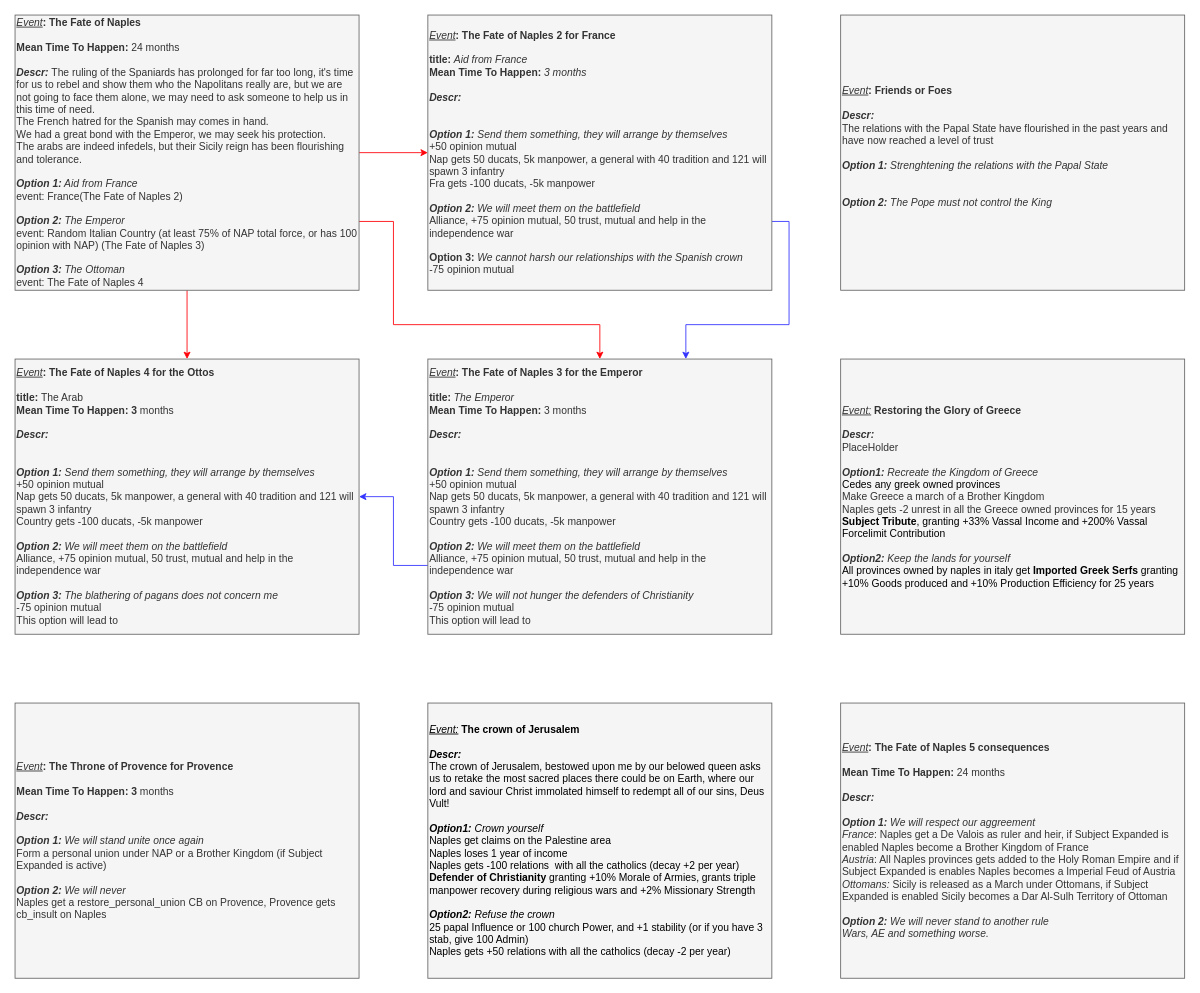
The draw.io diagram page "Events" (2 of 2) of Naples/It's Pizza Time 0.95.drawio in Melvasul/Missions-Expanded, before the edit. Source tidied: cells renumbered, new cells numbered last; positions are measured from the earlier drawing's top-left corner, leaving out a move shared by most shapes. Both pictures are drawn from the tidied source at 86%, with x=0, y=0 at pixel (15, 15).
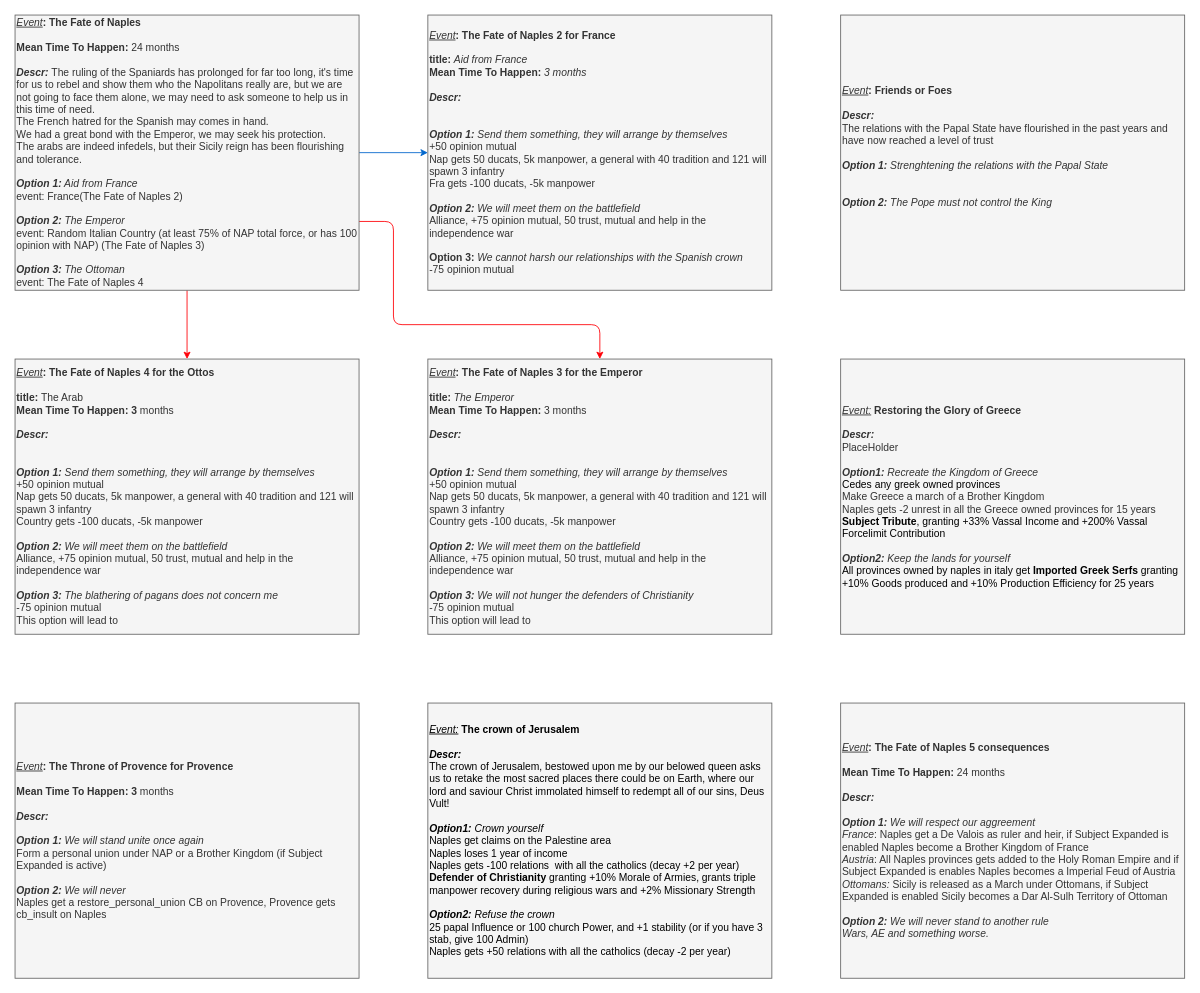
The same page after the edit.

Change to the diagram source:
```diff
@@
 <mxGraphModel>
   <root>
     <mxCell id="0" />
     <mxCell id="1" parent="0" />
     <mxCell id="2" value="&lt;div style=&quot;font-size: 12px&quot;&gt;&lt;font color=&quot;#000000&quot;&gt;&lt;u style=&quot;font-style: italic&quot;&gt;Event:&lt;/u&gt;&amp;nbsp;&lt;b&gt;The crown of Jerusalem&lt;/b&gt;&lt;/font&gt;&lt;/div&gt;&lt;div style=&quot;font-size: 12px&quot;&gt;&lt;b&gt;&lt;font color=&quot;#000000&quot;&gt;&lt;br&gt;&lt;/font&gt;&lt;/b&gt;&lt;/div&gt;&lt;div style=&quot;font-size: 12px&quot;&gt;&lt;font style=&quot;font-size: 12px&quot; color=&quot;#000000&quot;&gt;&lt;div style=&quot;font-size: 12px&quot;&gt;&lt;b style=&quot;font-size: 12px&quot;&gt;&lt;i style=&quot;font-size: 12px&quot;&gt;Descr:&lt;/i&gt;&lt;/b&gt;&lt;/div&gt;&lt;div style=&quot;font-size: 12px&quot;&gt;The crown of Jerusalem, bestowed upon me by our belowed queen asks us to retake the most sacred places there could be on Earth, where our lord and saviour Christ immolated himself to redempt all of our sins, Deus Vult!&lt;/div&gt;&lt;div style=&quot;font-size: 12px&quot;&gt;&lt;br&gt;&lt;/div&gt;&lt;/font&gt;&lt;/div&gt;&lt;div style=&quot;font-size: 12px&quot;&gt;&lt;font style=&quot;font-size: 12px&quot; color=&quot;#000000&quot;&gt;&lt;span style=&quot;font-size: 12px&quot;&gt;&lt;i style=&quot;font-size: 12px&quot;&gt;&lt;b&gt;Option1:&lt;/b&gt; Crown yourself&lt;/i&gt;&lt;/span&gt;&lt;br style=&quot;font-size: 12px&quot;&gt;&lt;/font&gt;&lt;/div&gt;&lt;div style=&quot;font-size: 12px&quot;&gt;&lt;font color=&quot;#000000&quot;&gt;Naples get claims on the Palestine area&lt;/font&gt;&lt;/div&gt;&lt;div style=&quot;font-size: 12px&quot;&gt;&lt;font color=&quot;#000000&quot;&gt;Naples loses 1 year of income&lt;/font&gt;&lt;/div&gt;&lt;div&gt;&lt;font color=&quot;#000000&quot;&gt;Naples gets -100 relations&amp;nbsp;&amp;nbsp;with all the catholics (decay +2 per year)&lt;br&gt;&lt;b style=&quot;font-size: 12px&quot;&gt;Defender of Christianity&lt;/b&gt;&amp;nbsp;granting +10% Morale of Armies, grants triple manpower recovery during religious wars and +2% Missionary Strength&lt;/font&gt;&lt;/div&gt;&lt;div style=&quot;font-size: 12px&quot;&gt;&lt;font style=&quot;font-size: 12px&quot; color=&quot;#000000&quot;&gt;&lt;br style=&quot;font-size: 12px&quot;&gt;&lt;/font&gt;&lt;/div&gt;&lt;div style=&quot;font-size: 12px&quot;&gt;&lt;font style=&quot;font-size: 12px&quot; color=&quot;#000000&quot;&gt;&lt;span style=&quot;font-size: 12px&quot;&gt;&lt;i style=&quot;font-size: 12px&quot;&gt;&lt;b&gt;Option2:&lt;/b&gt;&amp;nbsp;Refuse the crown&lt;/i&gt;&lt;/span&gt;&lt;/font&gt;&lt;/div&gt;&lt;div style=&quot;font-size: 12px&quot;&gt;&lt;font color=&quot;#000000&quot;&gt;25 papal Influence or 100 church Power, and +1 stability (or if you have 3 stab, give 100 Admin)&lt;/font&gt;&lt;/div&gt;&lt;div style=&quot;font-size: 12px&quot;&gt;&lt;font color=&quot;#000000&quot;&gt;Naples gets +50 relations with all the catholics (decay -2 per year)&lt;/font&gt;&lt;/div&gt;" style="rounded=0;whiteSpace=wrap;html=1;align=left;fontSize=12;fillColor=#f5f5f5;strokeColor=#666666;fontColor=#333333;" parent="1" vertex="1">
       <mxGeometry x="480" y="800" width="400" height="320" as="geometry" />
     </mxCell>
     <mxCell id="3" value="&lt;div style=&quot;font-size: 12px&quot;&gt;&lt;i&gt;&lt;u&gt;Event&lt;/u&gt;&lt;/i&gt;&lt;b&gt;: Friends or Foes&lt;/b&gt;&lt;/div&gt;&lt;div style=&quot;font-size: 12px&quot;&gt;&lt;b&gt;&lt;br&gt;&lt;/b&gt;&lt;/div&gt;&lt;div&gt;&lt;font&gt;&lt;div style=&quot;font-size: 12px&quot;&gt;&lt;b style=&quot;font-size: 12px&quot;&gt;&lt;i style=&quot;font-size: 12px&quot;&gt;Descr:&lt;/i&gt;&lt;/b&gt;&lt;/div&gt;&lt;div&gt;The relations with the Papal State have flourished in the past years and have now reached a level of trust&lt;/div&gt;&lt;/font&gt;&lt;/div&gt;&lt;div&gt;&lt;br&gt;&lt;/div&gt;&lt;div style=&quot;font-size: 12px&quot;&gt;&lt;/div&gt;&lt;font&gt;&lt;b style=&quot;font-size: 12px ; font-style: italic&quot;&gt;Option 1: &lt;/b&gt;&lt;span style=&quot;font-size: 12px ; font-style: italic&quot;&gt;Strenghtening the relations with the Papal State&lt;/span&gt;&lt;br&gt;&lt;br&gt;&lt;br&gt;&lt;span style=&quot;font-size: 12px&quot;&gt;&lt;i&gt;&lt;b&gt;Option 2: &lt;/b&gt;The Pope must not control the King&lt;/i&gt;&lt;/span&gt;&lt;b&gt;&lt;br&gt;&lt;/b&gt;&lt;br&gt;&lt;/font&gt;" style="rounded=0;whiteSpace=wrap;html=1;align=left;fontSize=12;fillColor=#f5f5f5;strokeColor=#666666;fontColor=#333333;" parent="1" vertex="1">
       <mxGeometry x="960" width="400" height="320" as="geometry" />
     </mxCell>
-    <mxCell id="4" style="edgeStyle=orthogonalEdgeStyle;rounded=0;jettySize=auto;html=1;strokeColor=#FF0008;" parent="1" edge="1" source="7" target="11">
+    <mxCell id="4" style="edgeStyle=orthogonalEdgeStyle;rounded=1;jettySize=auto;html=1;strokeColor=#0066CC;" parent="1" edge="1" source="7" target="11">
       <mxGeometry relative="1" as="geometry" />
     </mxCell>
-    <mxCell id="5" style="edgeStyle=orthogonalEdgeStyle;rounded=0;jettySize=auto;html=1;strokeColor=#FF0008;" parent="1" edge="1" source="7" target="8">
+    <mxCell id="5" style="edgeStyle=orthogonalEdgeStyle;rounded=1;jettySize=auto;html=1;strokeColor=#FF0008;" parent="1" edge="1" source="7" target="8">
       <mxGeometry relative="1" as="geometry" />
     </mxCell>
-    <mxCell id="6" style="edgeStyle=orthogonalEdgeStyle;rounded=0;jettySize=auto;html=1;exitX=1;exitY=0.75;exitDx=0;exitDy=0;strokeColor=#FF0008;" parent="1" edge="1" source="7" target="13">
+    <mxCell id="6" style="edgeStyle=orthogonalEdgeStyle;rounded=1;jettySize=auto;html=1;exitX=1;exitY=0.75;exitDx=0;exitDy=0;strokeColor=#FF0008;" parent="1" edge="1" source="7" target="13">
       <mxGeometry relative="1" as="geometry">
         <Array as="points">
           <mxPoint x="440" y="240" />
           <mxPoint x="440" y="360" />
           <mxPoint x="680" y="360" />
         </Array>
       </mxGeometry>
     </mxCell>
     <mxCell id="7" value="&lt;div style=&quot;font-size: 12px&quot;&gt;&lt;i&gt;&lt;u&gt;Event&lt;/u&gt;&lt;/i&gt;&lt;b&gt;: The Fate of Naples&lt;/b&gt;&lt;/div&gt;&lt;div style=&quot;font-size: 12px&quot;&gt;&lt;b&gt;&lt;br&gt;&lt;/b&gt;&lt;/div&gt;&lt;div style=&quot;font-size: 12px&quot;&gt;&lt;b&gt;Mean Time To Happen: &lt;/b&gt;24 months&lt;/div&gt;&lt;div style=&quot;font-size: 12px&quot;&gt;&lt;b&gt;&lt;br&gt;&lt;/b&gt;&lt;/div&gt;&lt;div&gt;&lt;font&gt;&lt;div style=&quot;font-size: 12px&quot;&gt;&lt;b style=&quot;font-size: 12px&quot;&gt;&lt;i style=&quot;font-size: 12px&quot;&gt;Descr:&amp;nbsp;&lt;/i&gt;&lt;/b&gt;&lt;span&gt;The ruling of the Spaniards has prolonged for far too long, it's time for us to rebel and show them who the Napolitans really are, but we are not going to face them alone, we may need to ask someone to help us in this time of need.&lt;/span&gt;&lt;/div&gt;&lt;div&gt;The French hatred for the Spanish may comes in hand.&lt;/div&gt;&lt;div&gt;We had a great bond with the Emperor, we may seek his protection.&lt;/div&gt;&lt;div&gt;The arabs are indeed infedels, but their Sicily reign has been flourishing and tolerance.&lt;/div&gt;&lt;/font&gt;&lt;/div&gt;&lt;div&gt;&lt;br&gt;&lt;/div&gt;&lt;div style=&quot;font-size: 12px&quot;&gt;&lt;/div&gt;&lt;font&gt;&lt;b style=&quot;font-size: 12px ; font-style: italic&quot;&gt;Option 1:&lt;/b&gt;&lt;span style=&quot;font-size: 12px ; font-style: italic&quot;&gt; &lt;/span&gt;&lt;span style=&quot;font-size: 12px ; font-style: italic&quot;&gt;Aid from France&lt;/span&gt;&lt;br&gt;event: France(The Fate of Naples 2)&lt;br&gt;&lt;br&gt;&lt;span style=&quot;font-size: 12px&quot;&gt;&lt;i&gt;&lt;b&gt;Option 2:&lt;/b&gt; The Emperor&lt;/i&gt;&lt;/span&gt;&lt;br&gt;&lt;div&gt;event: Random Italian Country (at least 75% of NAP total force, or has 100 opinion with NAP) (The Fate of Naples 3)&lt;br&gt;&lt;/div&gt;&lt;div&gt;&lt;br&gt;&lt;/div&gt;&lt;div&gt;&lt;i style=&quot;font-weight: bold&quot;&gt;Option 3: &lt;/i&gt;&lt;i&gt;The Ottoman&lt;/i&gt;&lt;/div&gt;&lt;div&gt;event: The Fate of Naples 4&lt;i&gt;&lt;br&gt;&lt;/i&gt;&lt;/div&gt;&lt;/font&gt;" style="rounded=0;whiteSpace=wrap;html=1;align=left;fontSize=12;fillColor=#f5f5f5;strokeColor=#666666;fontColor=#333333;" parent="1" vertex="1">
       <mxGeometry width="400" height="320" as="geometry" />
     </mxCell>
     <mxCell id="8" value="&lt;div style=&quot;font-size: 12px&quot;&gt;&lt;i&gt;&lt;u&gt;Event&lt;/u&gt;&lt;/i&gt;&lt;b&gt;: The Fate of Naples 4 for the Ottos&lt;/b&gt;&lt;/div&gt;&lt;div style=&quot;font-size: 12px&quot;&gt;&lt;b&gt;&lt;br&gt;&lt;/b&gt;&lt;/div&gt;&lt;div style=&quot;font-size: 12px&quot;&gt;&lt;b&gt;title: &lt;/b&gt;The Arab&lt;/div&gt;&lt;div style=&quot;font-size: 12px&quot;&gt;&lt;b&gt;Mean Time To Happen: 3&amp;nbsp;&lt;/b&gt;months&lt;/div&gt;&lt;div style=&quot;font-size: 12px&quot;&gt;&lt;b&gt;&lt;br&gt;&lt;/b&gt;&lt;/div&gt;&lt;div&gt;&lt;font&gt;&lt;div style=&quot;font-size: 12px&quot;&gt;&lt;b style=&quot;font-size: 12px&quot;&gt;&lt;i style=&quot;font-size: 12px&quot;&gt;Descr:&lt;/i&gt;&lt;/b&gt;&lt;/div&gt;&lt;div&gt;&lt;br&gt;&lt;/div&gt;&lt;/font&gt;&lt;/div&gt;&lt;div&gt;&lt;br&gt;&lt;/div&gt;&lt;div style=&quot;font-size: 12px&quot;&gt;&lt;/div&gt;&lt;font&gt;&lt;b style=&quot;font-style: italic&quot;&gt;Option 1:&lt;/b&gt;&lt;span style=&quot;font-style: italic&quot;&gt;&amp;nbsp;Send them something, they will arrange by themselves&lt;br&gt;&lt;/span&gt;+50 opinion mutual&lt;br&gt;Nap gets 50 ducats, 5k manpower, a general with 40 tradition and 121 will spawn 3 infantry&lt;br&gt;Country gets -100 ducats, -5k manpower&lt;br&gt;&lt;br&gt;&lt;i&gt;&lt;b&gt;Option 2:&lt;/b&gt;&amp;nbsp;We will meet them on the battlefield&lt;br&gt;&lt;/i&gt;Alliance, +75 opinion mutual, 50 trust, mutual and help in the independence war&lt;br&gt;&lt;br&gt;&lt;i&gt;&lt;b&gt;Option 3:&lt;/b&gt;&amp;nbsp;The blathering of pagans does not concern me&lt;br&gt;&lt;/i&gt;-75 opinion mutual&lt;br&gt;This option will lead to&lt;br&gt;&lt;/font&gt;" style="rounded=0;whiteSpace=wrap;html=1;align=left;fontSize=12;fillColor=#f5f5f5;strokeColor=#666666;fontColor=#333333;" parent="1" vertex="1">
       <mxGeometry y="400" width="400" height="320" as="geometry" />
     </mxCell>
     <mxCell id="9" value="&lt;div style=&quot;font-size: 12px&quot;&gt;&lt;i&gt;&lt;u&gt;Event&lt;/u&gt;&lt;/i&gt;&lt;b&gt;: The Throne of Provence for Provence&lt;/b&gt;&lt;/div&gt;&lt;div style=&quot;font-size: 12px&quot;&gt;&lt;b&gt;&lt;br&gt;&lt;/b&gt;&lt;/div&gt;&lt;div style=&quot;font-size: 12px&quot;&gt;&lt;b&gt;Mean Time To Happen: 3&amp;nbsp;&lt;/b&gt;months&lt;/div&gt;&lt;div style=&quot;font-size: 12px&quot;&gt;&lt;b&gt;&lt;br&gt;&lt;/b&gt;&lt;/div&gt;&lt;div&gt;&lt;font&gt;&lt;div style=&quot;font-size: 12px&quot;&gt;&lt;b style=&quot;font-size: 12px&quot;&gt;&lt;i style=&quot;font-size: 12px&quot;&gt;Descr:&lt;/i&gt;&lt;/b&gt;&lt;/div&gt;&lt;div&gt;&lt;br&gt;&lt;/div&gt;&lt;/font&gt;&lt;/div&gt;&lt;div style=&quot;font-size: 12px&quot;&gt;&lt;/div&gt;&lt;font&gt;&lt;b style=&quot;font-size: 12px ; font-style: italic&quot;&gt;Option 1:&lt;/b&gt;&lt;span style=&quot;font-size: 12px ; font-style: italic&quot;&gt;&amp;nbsp;We will stand unite once again&lt;br&gt;&lt;/span&gt;Form a personal union under NAP or a Brother Kingdom (if Subject Expanded is active)&lt;br&gt;&lt;br&gt;&lt;span style=&quot;font-size: 12px&quot;&gt;&lt;i&gt;&lt;b&gt;Option 2:&lt;/b&gt; We will never&amp;nbsp;&lt;br&gt;&lt;/i&gt;&lt;/span&gt;Naples get a restore_personal_union CB on Provence, Provence gets cb_insult on Naples&lt;br&gt;&lt;/font&gt;" style="rounded=0;whiteSpace=wrap;html=1;align=left;fontSize=12;fillColor=#f5f5f5;strokeColor=#666666;fontColor=#333333;" parent="1" vertex="1">
       <mxGeometry y="800" width="400" height="320" as="geometry" />
     </mxCell>
-    <mxCell id="10" style="edgeStyle=orthogonalEdgeStyle;rounded=0;jettySize=auto;html=1;exitX=1;exitY=0.75;exitDx=0;exitDy=0;entryX=0.75;entryY=0;entryDx=0;entryDy=0;strokeColor=#3333FF;" parent="1" edge="1" source="11" target="13">
-      <mxGeometry relative="1" as="geometry" />
-    </mxCell>
     <mxCell id="11" value="&lt;div style=&quot;font-size: 12px&quot;&gt;&lt;i&gt;&lt;u&gt;Event&lt;/u&gt;&lt;/i&gt;&lt;b&gt;: The Fate of Naples 2 for France&lt;/b&gt;&lt;/div&gt;&lt;div style=&quot;font-size: 12px&quot;&gt;&lt;b&gt;&lt;br&gt;&lt;/b&gt;&lt;/div&gt;&lt;div style=&quot;font-size: 12px&quot;&gt;&lt;b&gt;title: &lt;/b&gt;&lt;i&gt;Aid from France&lt;/i&gt;&lt;/div&gt;&lt;div style=&quot;font-size: 12px&quot;&gt;&lt;b&gt;Mean Time To Happen: &lt;/b&gt;&lt;i&gt;3 months&lt;/i&gt;&lt;/div&gt;&lt;div style=&quot;font-size: 12px&quot;&gt;&lt;b&gt;&lt;br&gt;&lt;/b&gt;&lt;/div&gt;&lt;div&gt;&lt;font&gt;&lt;div style=&quot;font-size: 12px&quot;&gt;&lt;b style=&quot;font-size: 12px&quot;&gt;&lt;i style=&quot;font-size: 12px&quot;&gt;Descr:&lt;/i&gt;&lt;/b&gt;&lt;/div&gt;&lt;div&gt;&lt;br&gt;&lt;/div&gt;&lt;/font&gt;&lt;/div&gt;&lt;div&gt;&lt;br&gt;&lt;/div&gt;&lt;div style=&quot;font-size: 12px&quot;&gt;&lt;/div&gt;&lt;font&gt;&lt;b style=&quot;font-size: 12px ; font-style: italic&quot;&gt;Option 1:&lt;/b&gt;&lt;span style=&quot;font-size: 12px ; font-style: italic&quot;&gt;&amp;nbsp;Send them something, they will arrange by themselves&lt;br&gt;&lt;/span&gt;+50 opinion mutual&lt;br&gt;Nap gets 50 ducats, 5k manpower, a general with 40 tradition and 121 will spawn 3 infantry&lt;br&gt;Fra gets -100 ducats, -5k manpower&lt;br&gt;&lt;br&gt;&lt;span style=&quot;font-size: 12px&quot;&gt;&lt;i&gt;&lt;b&gt;Option 2:&lt;/b&gt; We will meet them on the battlefield&lt;br&gt;&lt;/i&gt;&lt;/span&gt;Alliance, +75 opinion mutual, 50 trust, mutual and help in the independence war&lt;br&gt;&lt;b&gt;&lt;br&gt;Option 3:&lt;/b&gt;&amp;nbsp;&lt;i&gt;We cannot harsh our relationships with the Spanish crown&lt;br&gt;&lt;/i&gt;-75 opinion mutual&lt;br&gt;&lt;/font&gt;" style="rounded=0;whiteSpace=wrap;html=1;align=left;fontSize=12;fillColor=#f5f5f5;strokeColor=#666666;fontColor=#333333;" parent="1" vertex="1">
       <mxGeometry x="480" width="400" height="320" as="geometry" />
     </mxCell>
-    <mxCell id="12" style="edgeStyle=orthogonalEdgeStyle;rounded=0;jettySize=auto;html=1;exitX=0;exitY=0.75;exitDx=0;exitDy=0;entryX=1;entryY=0.5;entryDx=0;entryDy=0;strokeColor=#3333FF;" parent="1" edge="1" source="13" target="8">
-      <mxGeometry relative="1" as="geometry" />
-    </mxCell>
     <mxCell id="13" value="&lt;div style=&quot;font-size: 12px&quot;&gt;&lt;i&gt;&lt;u&gt;Event&lt;/u&gt;&lt;/i&gt;&lt;b&gt;: The Fate of Naples 3 for the Emperor&lt;/b&gt;&lt;/div&gt;&lt;div style=&quot;font-size: 12px&quot;&gt;&lt;b&gt;&lt;br&gt;&lt;/b&gt;&lt;/div&gt;&lt;div&gt;&lt;b&gt;title:&lt;/b&gt; &lt;i&gt;The Emperor&lt;/i&gt;&lt;br&gt;&lt;/div&gt;&lt;div style=&quot;font-size: 12px&quot;&gt;&lt;b&gt;Mean Time To Happen: &lt;/b&gt;3 months&lt;/div&gt;&lt;div style=&quot;font-size: 12px&quot;&gt;&lt;b&gt;&lt;br&gt;&lt;/b&gt;&lt;/div&gt;&lt;div&gt;&lt;font&gt;&lt;div style=&quot;font-size: 12px&quot;&gt;&lt;b style=&quot;font-size: 12px&quot;&gt;&lt;i style=&quot;font-size: 12px&quot;&gt;Descr:&lt;/i&gt;&lt;/b&gt;&lt;/div&gt;&lt;div&gt;&lt;br&gt;&lt;/div&gt;&lt;div&gt;&lt;br&gt;&lt;/div&gt;&lt;/font&gt;&lt;/div&gt;&lt;div style=&quot;font-size: 12px&quot;&gt;&lt;/div&gt;&lt;b style=&quot;font-style: italic&quot;&gt;Option 1:&lt;/b&gt;&lt;span style=&quot;font-style: italic&quot;&gt;&amp;nbsp;Send them something, they will arrange by themselves&lt;br&gt;&lt;/span&gt;+50 opinion mutual&lt;br&gt;Nap gets 50 ducats, 5k manpower, a general with 40 tradition and 121 will spawn 3 infantry&lt;br&gt;Country gets -100 ducats, -5k manpower&lt;br&gt;&lt;br&gt;&lt;i&gt;&lt;b&gt;Option 2:&lt;/b&gt;&amp;nbsp;We will meet them on the battlefield&lt;br&gt;&lt;/i&gt;Alliance, +75 opinion mutual, 50 trust, mutual and help in the independence war&lt;br&gt;&lt;br&gt;&lt;i&gt;&lt;b&gt;Option 3:&lt;/b&gt;&amp;nbsp;We will not hunger the defenders of Christianity&lt;br&gt;&lt;/i&gt;-75 opinion mutual&lt;br&gt;This option will lead to" style="rounded=0;whiteSpace=wrap;html=1;align=left;fontSize=12;fillColor=#f5f5f5;strokeColor=#666666;fontColor=#333333;" parent="1" vertex="1">
       <mxGeometry x="480" y="400" width="400" height="320" as="geometry" />
     </mxCell>
     <mxCell id="14" value="&lt;div style=&quot;font-size: 12px&quot;&gt;&lt;u style=&quot;font-style: italic&quot;&gt;Event:&lt;/u&gt;&amp;nbsp;&lt;b&gt;Restoring the Glory of Greece&lt;/b&gt;&lt;/div&gt;&lt;div style=&quot;font-size: 12px&quot;&gt;&lt;b&gt;&lt;br&gt;&lt;/b&gt;&lt;/div&gt;&lt;div style=&quot;font-size: 12px&quot;&gt;&lt;font style=&quot;font-size: 12px&quot;&gt;&lt;div style=&quot;font-size: 12px&quot;&gt;&lt;b style=&quot;font-size: 12px&quot;&gt;&lt;i style=&quot;font-size: 12px&quot;&gt;Descr:&lt;/i&gt;&lt;/b&gt;&lt;/div&gt;&lt;div style=&quot;font-size: 12px&quot;&gt;PlaceHolder&lt;/div&gt;&lt;div style=&quot;font-size: 12px&quot;&gt;&lt;br&gt;&lt;/div&gt;&lt;/font&gt;&lt;/div&gt;&lt;div style=&quot;font-size: 12px&quot;&gt;&lt;font style=&quot;font-size: 12px&quot;&gt;&lt;span style=&quot;font-size: 12px&quot;&gt;&lt;i style=&quot;font-size: 12px&quot;&gt;&lt;b&gt;Option1: &lt;/b&gt;Recreate the Kingdom of Greece&lt;/i&gt;&lt;/span&gt;&lt;br style=&quot;font-size: 12px&quot;&gt;&lt;/font&gt;&lt;/div&gt;&lt;div style=&quot;font-size: 12px&quot;&gt;&lt;font color=&quot;#000000&quot;&gt;Cedes any greek owned provinces&lt;/font&gt;&lt;/div&gt;&lt;div style=&quot;font-size: 12px&quot;&gt;Make Greece a march of a Brother Kingdom&lt;/div&gt;&lt;div style=&quot;font-size: 12px&quot;&gt;&lt;span&gt;Naples gets -2 unrest in all the Greece owned provinces for 15 years&lt;/span&gt;&lt;br&gt;&lt;/div&gt;&lt;div&gt;&lt;font color=&quot;#000000&quot;&gt;&lt;b&gt;Subject Tribute&lt;/b&gt;,&lt;/font&gt; &lt;font color=&quot;#000000&quot;&gt;granting +33% Vassal Income and +200% Vassal Forcelimit Contribution&lt;/font&gt;&lt;br&gt;&lt;/div&gt;&lt;div style=&quot;font-size: 12px&quot;&gt;&lt;br&gt;&lt;/div&gt;&lt;div style=&quot;font-size: 12px&quot;&gt;&lt;font style=&quot;font-size: 12px&quot;&gt;&lt;span style=&quot;font-size: 12px&quot;&gt;&lt;i style=&quot;font-size: 12px&quot;&gt;&lt;b&gt;Option2:&lt;/b&gt;&amp;nbsp;Keep the lands for yourself&lt;/i&gt;&lt;/span&gt;&lt;/font&gt;&lt;/div&gt;&lt;div style=&quot;font-size: 12px&quot;&gt;&lt;div&gt;&lt;font color=&quot;#000000&quot;&gt;All provinces owned by naples in italy get &lt;b&gt;Imported Greek Serfs&lt;/b&gt;&amp;nbsp;granting +10% Goods produced and +10% Production Efficiency for 25 years&lt;/font&gt;&lt;/div&gt;&lt;/div&gt;" style="rounded=0;whiteSpace=wrap;html=1;align=left;fontSize=12;fillColor=#f5f5f5;strokeColor=#666666;fontColor=#333333;" parent="1" vertex="1">
       <mxGeometry x="960" y="400" width="400" height="320" as="geometry" />
     </mxCell>
     <mxCell id="15" value="&lt;div style=&quot;font-size: 12px&quot;&gt;&lt;i&gt;&lt;u&gt;Event&lt;/u&gt;&lt;/i&gt;&lt;b&gt;: The Fate of Naples 5 consequences&lt;/b&gt;&lt;/div&gt;&lt;div style=&quot;font-size: 12px&quot;&gt;&lt;b&gt;&lt;br&gt;&lt;/b&gt;&lt;/div&gt;&lt;div style=&quot;font-size: 12px&quot;&gt;&lt;b&gt;Mean Time To Happen: &lt;/b&gt;24 months&lt;/div&gt;&lt;div style=&quot;font-size: 12px&quot;&gt;&lt;b&gt;&lt;br&gt;&lt;/b&gt;&lt;/div&gt;&lt;div&gt;&lt;font&gt;&lt;div style=&quot;font-size: 12px&quot;&gt;&lt;b style=&quot;font-size: 12px&quot;&gt;&lt;i style=&quot;font-size: 12px&quot;&gt;Descr:&amp;nbsp;&lt;/i&gt;&lt;/b&gt;&lt;/div&gt;&lt;div style=&quot;font-size: 12px&quot;&gt;&lt;b style=&quot;font-size: 12px&quot;&gt;&lt;i style=&quot;font-size: 12px&quot;&gt;&lt;br&gt;&lt;/i&gt;&lt;/b&gt;&lt;/div&gt;&lt;/font&gt;&lt;/div&gt;&lt;div style=&quot;font-size: 12px&quot;&gt;&lt;/div&gt;&lt;font&gt;&lt;b style=&quot;font-size: 12px ; font-style: italic&quot;&gt;Option 1:&lt;/b&gt;&lt;span style=&quot;font-size: 12px ; font-style: italic&quot;&gt;&amp;nbsp;We will respect our aggreement&lt;/span&gt;&lt;br&gt;&lt;i&gt;France&lt;/i&gt;: Naples get a De Valois as ruler and heir, if Subject Expanded is enabled Naples become a Brother Kingdom of France&lt;br&gt;&lt;i&gt;Austria&lt;/i&gt;: All Naples provinces gets added to the Holy Roman Empire and if Subject Expanded is enables Naples becomes a Imperial Feud of Austria&lt;br&gt;&lt;i&gt;Ottomans:&lt;/i&gt;&amp;nbsp;Sicily is released as a March under Ottomans, if Subject Expanded is enabled Sicily becomes a Dar Al-Sulh Territory of Ottoman&lt;br&gt;&lt;br&gt;&lt;span style=&quot;font-size: 12px&quot;&gt;&lt;i&gt;&lt;b&gt;Option 2:&lt;/b&gt; We will never stand to another rule&lt;br&gt;Wars, AE and something worse.&lt;br&gt;&lt;/i&gt;&lt;/span&gt;&lt;/font&gt;" style="rounded=0;whiteSpace=wrap;html=1;align=left;fontSize=12;fillColor=#f5f5f5;strokeColor=#666666;fontColor=#333333;" parent="1" vertex="1">
       <mxGeometry x="960" y="800" width="400" height="320" as="geometry" />
     </mxCell>
   </root>
 </mxGraphModel>
```
